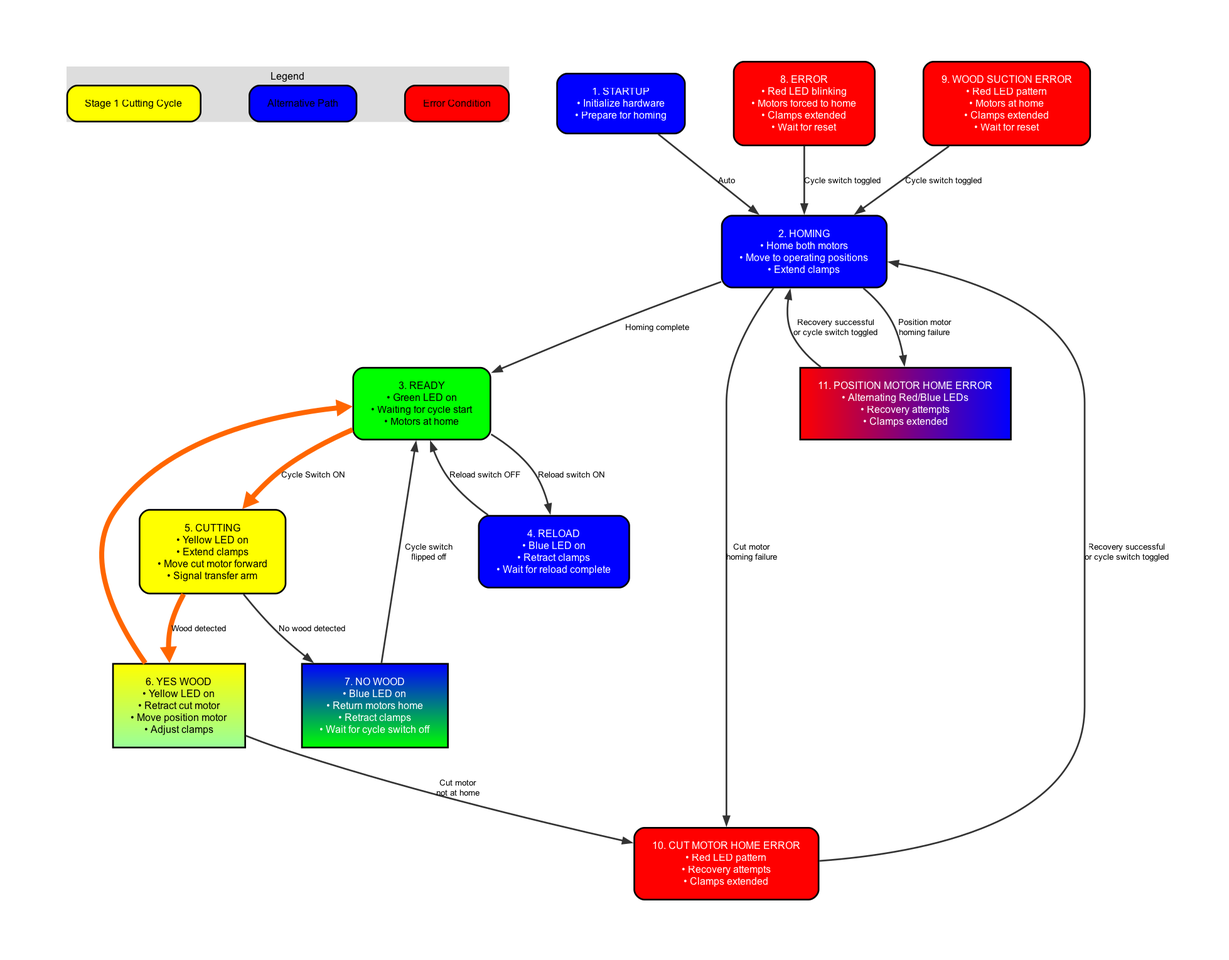
Earlier version of the Graphviz export flowcharts/cutting_machine_flowchart.png (akivaweil/Stage-1-Mar25). Its source is kept beside it as flowcharts/cutting_machine_flowchart.dot.
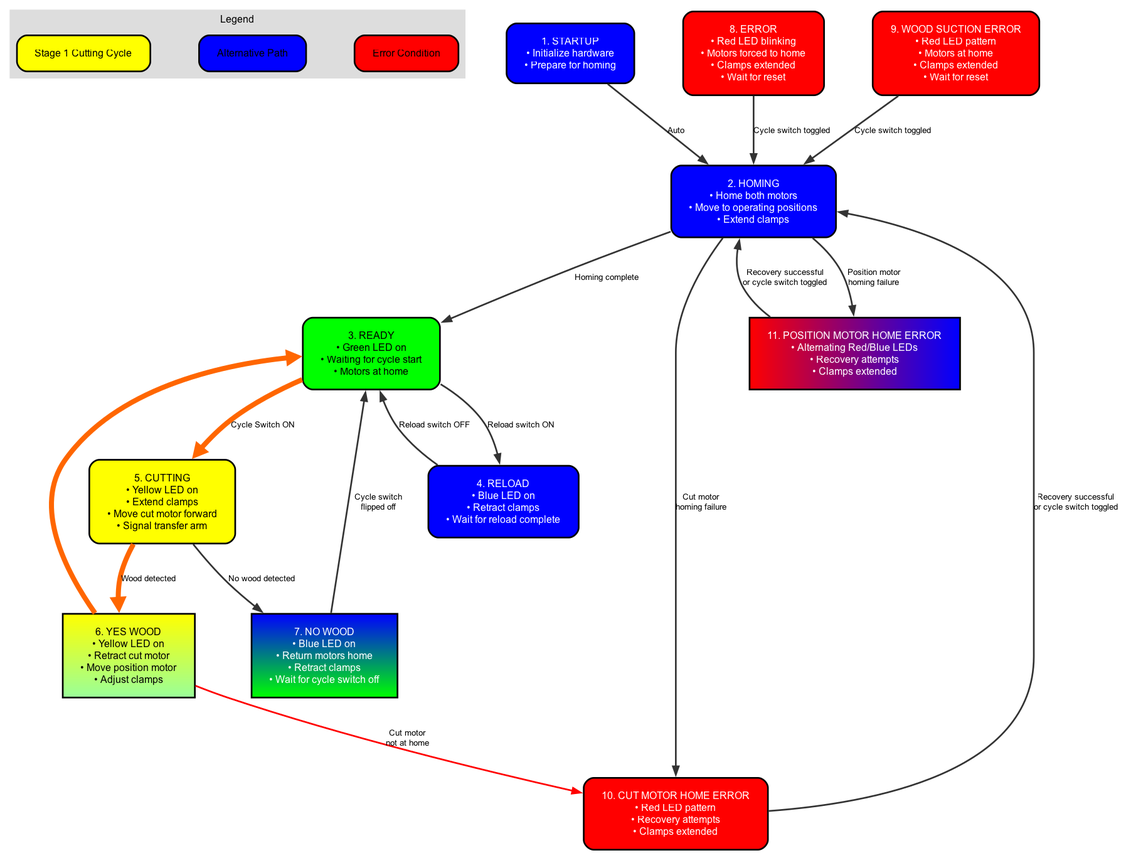
The same diagram one commit later.

Commit message:
Emphasize 'Cut motor not at home' transition with red, thicker line

Diff of the diagram source:
```diff
@@ -1,5 +1,5 @@
 digraph StateMachine {
-  graph [rankdir=TB, fontname="Arial", nodesep=0.8, ranksep=1.0, splines=true, margin="0.5,0.5", pad="0.5"];
+  graph [rankdir=TB, fontname="Arial", nodesep=0.8, ranksep=1.0, splines=true];
   node [shape=rect, style=rounded, fontname="Arial", fontsize=12, style="filled,rounded", margin="0.3,0.2", penwidth=2.0];
   edge [fontname="Arial", fontsize=10, color="#333333", penwidth=2.0];
 
@@ -37,7 +37,7 @@
   READY -> RELOAD [label="Reload switch ON"];
   RELOAD -> READY [label="Reload switch OFF"];
   CUTTING -> NOWOOD [label="No wood detected"];
-  YESWOOD -> CUT_MOTOR_HOME_ERROR [label="Cut motor\nnot at home"];
+  YESWOOD -> CUT_MOTOR_HOME_ERROR [label="Cut motor\nnot at home", color="red", penwidth=2.0];
   NOWOOD -> READY [label="Cycle switch\nflipped off"];
   WOOD_SUCTION_ERROR -> HOMING [label="Cycle switch toggled"];
   CUT_MOTOR_HOME_ERROR -> HOMING [label="Recovery successful\nor cycle switch toggled"];
```
